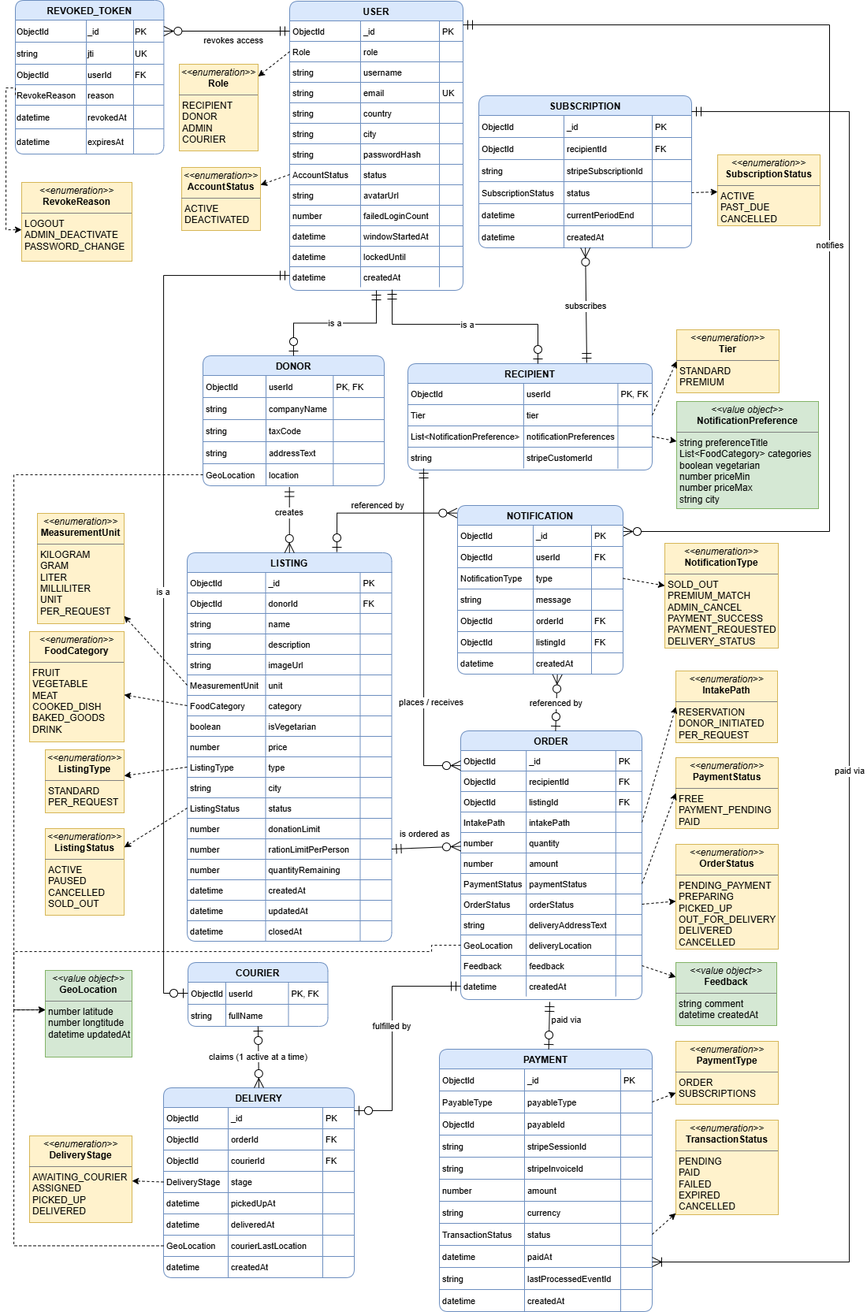
Before: docs/ERD.png, a diagram exported from draw.io (2026B-FullStackDevelopment/aff). Source tidied: cells renumbered, new cells last; positions are measured from the earlier drawing's top-left corner, leaving out a move shared by most shapes.
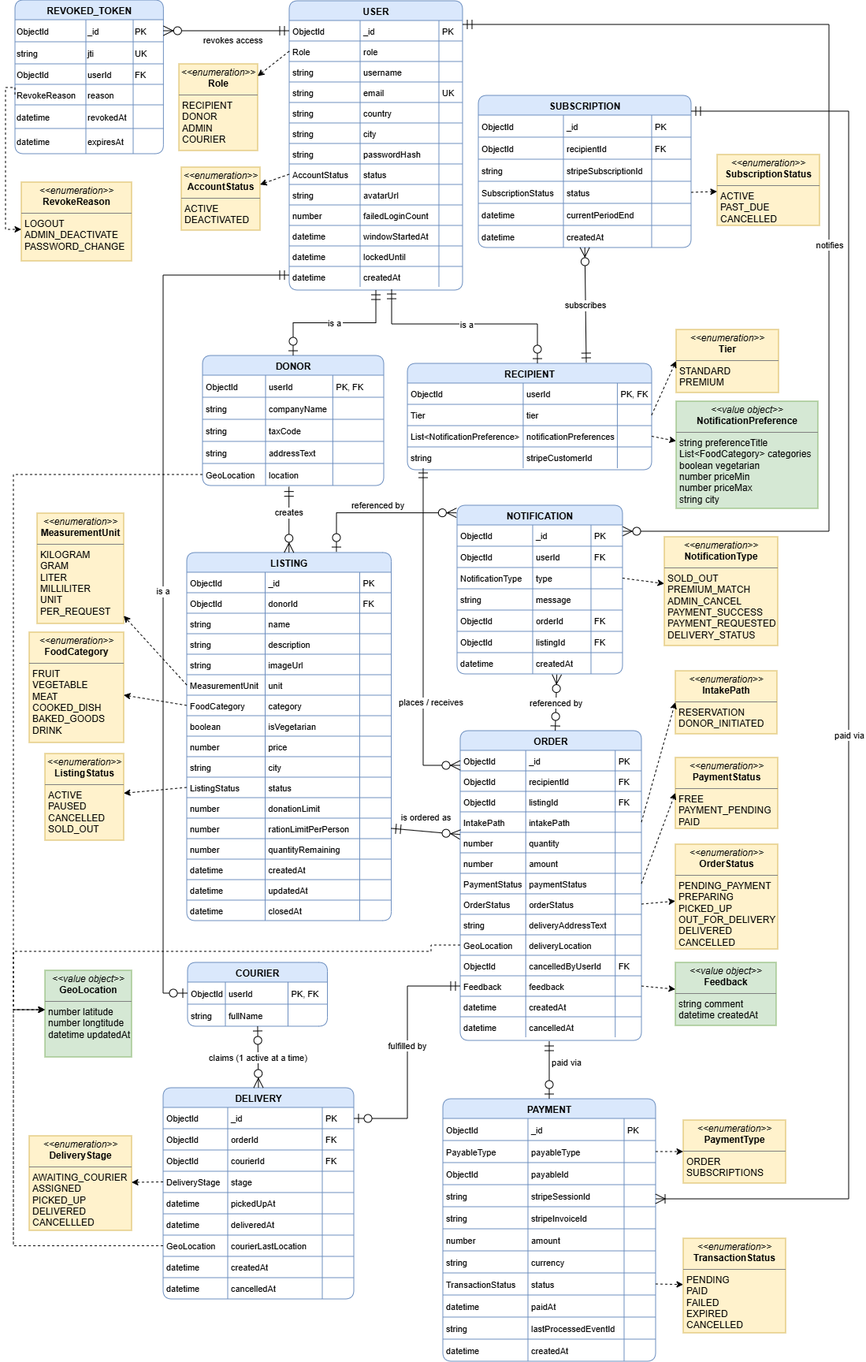
Above is the later version.

What changed in the source:
```diff
@@ -380,3 +380,3 @@
     <mxCell id="127" value="LISTING" style="shape=table;startSize=25;rowLines=1;fontStyle=1;align=center;fillColor=#dae8fc;strokeColor=#6c8ebf;rounded=1;" parent="1" vertex="1">
-      <mxGeometry x="230" y="701" width="259.5" height="493" as="geometry" />
+      <mxGeometry x="230" y="701" width="259.5" height="467" as="geometry" />
     </mxCell>
@@ -490,16 +490,4 @@
     </mxCell>
-    <mxCell id="164" style="shape=tableRow;horizontal=0;startSize=0;swimlaneHead=0;swimlaneBody=0;fillColor=none;points=[[0,0.5],[1,0.5]];portConstraint=eastwest;top=0;left=0;right=0;bottom=0;" parent="127" vertex="1">
-      <mxGeometry y="259" width="259.5" height="26" as="geometry" />
-    </mxCell>
-    <mxCell id="165" value="ListingType" style="shape=partialRectangle;fillColor=none;top=0;left=0;bottom=0;right=0;align=left;spacingLeft=2;overflow=hidden;fontSize=11;" parent="164" vertex="1">
-      <mxGeometry width="99.5" height="26" as="geometry" />
-    </mxCell>
-    <mxCell id="166" value="type" style="shape=partialRectangle;fillColor=none;top=0;left=0;bottom=0;right=0;align=left;spacingLeft=2;overflow=hidden;fontSize=11;" parent="164" vertex="1">
-      <mxGeometry x="99.5" width="120" height="26" as="geometry" />
-    </mxCell>
-    <mxCell id="167" style="shape=partialRectangle;fillColor=none;top=0;left=0;bottom=0;right=0;align=left;spacingLeft=2;overflow=hidden;fontSize=11;" parent="164" vertex="1">
-      <mxGeometry x="219.5" width="40" height="26" as="geometry" />
-    </mxCell>
     <mxCell id="168" style="shape=tableRow;horizontal=0;startSize=0;swimlaneHead=0;swimlaneBody=0;fillColor=none;top=0;left=0;right=0;bottom=0;" parent="127" vertex="1">
-      <mxGeometry y="285" width="259.5" height="26" as="geometry" />
+      <mxGeometry y="259" width="259.5" height="26" as="geometry" />
     </mxCell>
@@ -515,3 +503,3 @@
     <mxCell id="172" style="shape=tableRow;horizontal=0;startSize=0;swimlaneHead=0;swimlaneBody=0;fillColor=none;points=[[0,0.5],[1,0.5]];portConstraint=eastwest;top=0;left=0;right=0;bottom=0;" parent="127" vertex="1">
-      <mxGeometry y="311" width="259.5" height="26" as="geometry" />
+      <mxGeometry y="285" width="259.5" height="26" as="geometry" />
     </mxCell>
@@ -527,3 +515,3 @@
     <mxCell id="176" style="shape=tableRow;horizontal=0;startSize=0;swimlaneHead=0;swimlaneBody=0;fillColor=none;top=0;left=0;right=0;bottom=0;" parent="127" vertex="1">
-      <mxGeometry y="337" width="259.5" height="26" as="geometry" />
+      <mxGeometry y="311" width="259.5" height="26" as="geometry" />
     </mxCell>
@@ -539,3 +527,3 @@
     <mxCell id="180" style="shape=tableRow;horizontal=0;startSize=0;swimlaneHead=0;swimlaneBody=0;fillColor=none;points=[[0,0.5],[1,0.5]];portConstraint=eastwest;top=0;left=0;right=0;bottom=0;" parent="127" vertex="1">
-      <mxGeometry y="363" width="259.5" height="26" as="geometry" />
+      <mxGeometry y="337" width="259.5" height="26" as="geometry" />
     </mxCell>
@@ -551,3 +539,3 @@
     <mxCell id="184" style="shape=tableRow;horizontal=0;startSize=0;swimlaneHead=0;swimlaneBody=0;fillColor=none;top=0;left=0;right=0;bottom=0;" parent="127" vertex="1">
-      <mxGeometry y="389" width="259.5" height="26" as="geometry" />
+      <mxGeometry y="363" width="259.5" height="26" as="geometry" />
     </mxCell>
@@ -563,3 +551,3 @@
     <mxCell id="188" style="shape=tableRow;horizontal=0;startSize=0;swimlaneHead=0;swimlaneBody=0;fillColor=none;top=0;left=0;right=0;bottom=0;" parent="127" vertex="1">
-      <mxGeometry y="415" width="259.5" height="26" as="geometry" />
+      <mxGeometry y="389" width="259.5" height="26" as="geometry" />
     </mxCell>
@@ -575,3 +563,3 @@
     <mxCell id="192" style="shape=tableRow;horizontal=0;startSize=0;swimlaneHead=0;swimlaneBody=0;fillColor=none;top=0;left=0;right=0;bottom=0;" parent="127" vertex="1">
-      <mxGeometry y="441" width="259.5" height="26" as="geometry" />
+      <mxGeometry y="415" width="259.5" height="26" as="geometry" />
     </mxCell>
@@ -587,3 +575,3 @@
     <mxCell id="196" style="shape=tableRow;horizontal=0;startSize=0;swimlaneHead=0;swimlaneBody=0;fillColor=none;top=0;left=0;right=0;bottom=0;" parent="127" vertex="1">
-      <mxGeometry y="467" width="259.5" height="26" as="geometry" />
+      <mxGeometry y="441" width="259.5" height="26" as="geometry" />
     </mxCell>
@@ -599,3 +587,3 @@
     <mxCell id="200" value="ORDER" style="shape=table;startSize=25;rowLines=1;fontStyle=1;align=center;fillColor=#dae8fc;strokeColor=#6c8ebf;rounded=1;" parent="1" vertex="1">
-      <mxGeometry x="577" y="927" width="230" height="341" as="geometry" />
+      <mxGeometry x="577" y="927" width="230" height="393" as="geometry" />
     </mxCell>
@@ -721,4 +709,16 @@
     </mxCell>
+    <mxCell id="440" style="shape=tableRow;horizontal=0;startSize=0;swimlaneHead=0;swimlaneBody=0;fillColor=none;top=0;left=0;right=0;bottom=0;" parent="200" vertex="1">
+      <mxGeometry y="285" width="230" height="26" as="geometry" />
+    </mxCell>
+    <mxCell id="441" value="ObjectId" style="shape=partialRectangle;fillColor=none;top=0;left=0;bottom=0;right=0;align=left;spacingLeft=2;overflow=hidden;fontSize=11;" parent="440" vertex="1">
+      <mxGeometry width="83.2" height="26" as="geometry" />
+    </mxCell>
+    <mxCell id="442" value="cancelledByUserId" style="shape=partialRectangle;fillColor=none;top=0;left=0;bottom=0;right=0;align=left;spacingLeft=2;overflow=hidden;fontSize=11;" parent="440" vertex="1">
+      <mxGeometry x="83.2" width="113.6" height="26" as="geometry" />
+    </mxCell>
+    <mxCell id="443" value="FK" style="shape=partialRectangle;fillColor=none;top=0;left=0;bottom=0;right=0;align=left;spacingLeft=2;overflow=hidden;fontSize=11;" parent="440" vertex="1">
+      <mxGeometry x="196.8" width="33.2" height="26" as="geometry" />
+    </mxCell>
     <mxCell id="241" style="shape=tableRow;horizontal=0;startSize=0;swimlaneHead=0;swimlaneBody=0;fillColor=none;points=[[0,0.5],[1,0.5]];portConstraint=eastwest;top=0;left=0;right=0;bottom=0;" parent="200" vertex="1">
-      <mxGeometry y="285" width="230" height="26" as="geometry" />
+      <mxGeometry y="311" width="230" height="26" as="geometry" />
     </mxCell>
@@ -734,3 +734,3 @@
     <mxCell id="245" style="shape=tableRow;horizontal=0;startSize=0;swimlaneHead=0;swimlaneBody=0;fillColor=none;points=[[0,0.5],[1,0.5]];portConstraint=eastwest;top=0;left=0;right=0;bottom=0;" parent="200" vertex="1">
-      <mxGeometry y="311" width="230" height="26" as="geometry" />
+      <mxGeometry y="337" width="230" height="26" as="geometry" />
     </mxCell>
@@ -745,4 +745,16 @@
     </mxCell>
+    <mxCell id="444" style="shape=tableRow;horizontal=0;startSize=0;swimlaneHead=0;swimlaneBody=0;fillColor=none;top=0;left=0;right=0;bottom=0;" parent="200" vertex="1">
+      <mxGeometry y="363" width="230" height="26" as="geometry" />
+    </mxCell>
+    <mxCell id="445" value="datetime" style="shape=partialRectangle;fillColor=none;top=0;left=0;bottom=0;right=0;align=left;spacingLeft=2;overflow=hidden;fontSize=11;" parent="444" vertex="1">
+      <mxGeometry width="83.2" height="26" as="geometry" />
+    </mxCell>
+    <mxCell id="446" value="cancelledAt" style="shape=partialRectangle;fillColor=none;top=0;left=0;bottom=0;right=0;align=left;spacingLeft=2;overflow=hidden;fontSize=11;" parent="444" vertex="1">
+      <mxGeometry x="83.2" width="113.6" height="26" as="geometry" />
+    </mxCell>
+    <mxCell id="447" style="shape=partialRectangle;fillColor=none;top=0;left=0;bottom=0;right=0;align=left;spacingLeft=2;overflow=hidden;fontSize=11;" parent="444" vertex="1">
+      <mxGeometry x="196.8" width="33.2" height="26" as="geometry" />
+    </mxCell>
     <mxCell id="249" value="DELIVERY" style="shape=table;startSize=25;rowLines=1;fontStyle=1;align=center;fillColor=#dae8fc;strokeColor=#6c8ebf;rounded=1;" parent="1" vertex="1">
-      <mxGeometry x="200" y="1380" width="242" height="241" as="geometry" />
+      <mxGeometry x="200" y="1380" width="242" height="268" as="geometry" />
     </mxCell>
@@ -844,2 +856,14 @@
     </mxCell>
+    <mxCell id="448" style="shape=tableRow;horizontal=0;startSize=0;swimlaneHead=0;swimlaneBody=0;fillColor=none;top=0;left=0;right=0;bottom=0;" parent="249" vertex="1">
+      <mxGeometry y="241" width="242" height="27" as="geometry" />
+    </mxCell>
+    <mxCell id="449" value="datetime" style="shape=partialRectangle;fillColor=none;top=0;left=0;bottom=0;right=0;align=left;spacingLeft=2;overflow=hidden;fontSize=11;" parent="448" vertex="1">
+      <mxGeometry width="82" height="27" as="geometry" />
+    </mxCell>
+    <mxCell id="450" value="cancelledAt" style="shape=partialRectangle;fillColor=none;top=0;left=0;bottom=0;right=0;align=left;spacingLeft=2;overflow=hidden;fontSize=11;" parent="448" vertex="1">
+      <mxGeometry x="82" width="120" height="27" as="geometry" />
+    </mxCell>
+    <mxCell id="451" style="shape=partialRectangle;fillColor=none;top=0;left=0;bottom=0;right=0;align=left;spacingLeft=2;overflow=hidden;fontSize=11;" parent="448" vertex="1">
+      <mxGeometry x="202" width="40" height="27" as="geometry" />
+    </mxCell>
     <mxCell id="282" value="SUBSCRIPTION" style="shape=table;startSize=25;rowLines=1;fontStyle=1;align=center;fillColor=#dae8fc;strokeColor=#6c8ebf;rounded=1;" parent="1" vertex="1">
@@ -954,7 +978,7 @@
     </mxCell>
-    <mxCell id="314" value="fulfilled by" style="startArrow=ERmandOne;startSize=10;endArrow=ERzeroToOne;endSize=10;entryX=1;entryY=0.12;rounded=0;edgeStyle=orthogonalEdgeStyle;endFill=0;" parent="1" edge="1" source="245" target="249">
+    <mxCell id="314" value="fulfilled by" style="startArrow=ERmandOne;startSize=10;endArrow=ERzeroToOne;endSize=10;rounded=0;edgeStyle=orthogonalEdgeStyle;endFill=0;" parent="1" edge="1" source="241" target="250">
       <mxGeometry x="-0.06" relative="1" as="geometry">
         <Array as="points">
-          <mxPoint x="490" y="1251" />
-          <mxPoint x="490" y="1409" />
+          <mxPoint x="510" y="1251" />
+          <mxPoint x="510" y="1419" />
         </Array>
@@ -988,9 +1012,6 @@
     <mxCell id="322" value="&lt;p style=&quot;margin:0px;margin-top:4px;text-align:center;&quot;&gt;&lt;i&gt;&amp;lt;&amp;lt;enumeration&amp;gt;&amp;gt;&lt;/i&gt;&lt;br&gt;&lt;b&gt;FoodCategory&lt;/b&gt;&lt;/p&gt;&lt;hr size=&quot;1&quot; style=&quot;border-style:solid;&quot;&gt;&lt;p style=&quot;margin:0px;margin-left:4px;&quot;&gt;FRUIT&lt;/p&gt;&lt;p style=&quot;margin:0px;margin-left:4px;&quot;&gt;VEGETABLE&lt;/p&gt;&lt;p style=&quot;margin:0px;margin-left:4px;&quot;&gt;MEAT&lt;/p&gt;&lt;p style=&quot;margin:0px;margin-left:4px;&quot;&gt;COOKED_DISH&lt;/p&gt;&lt;p style=&quot;margin:0px;margin-left:4px;&quot;&gt;BAKED_GOODS&lt;/p&gt;&lt;p style=&quot;margin:0px;margin-left:4px;&quot;&gt;DRINK&lt;/p&gt;" style="verticalAlign=top;align=left;overflow=fill;html=1;whiteSpace=wrap;fillColor=#fff2cc;strokeColor=#d6b656;" parent="1" vertex="1">
-      <mxGeometry x="30" y="801" width="120" height="140" as="geometry" />
+      <mxGeometry x="30" y="802" width="120" height="140" as="geometry" />
     </mxCell>
-    <mxCell id="323" value="&lt;p style=&quot;margin:0px;margin-top:4px;text-align:center;&quot;&gt;&lt;i&gt;&amp;lt;&amp;lt;enumeration&amp;gt;&amp;gt;&lt;/i&gt;&lt;br&gt;&lt;b&gt;ListingType&lt;/b&gt;&lt;/p&gt;&lt;hr size=&quot;1&quot; style=&quot;border-style:solid;&quot;&gt;&lt;p style=&quot;margin:0px;margin-left:4px;&quot;&gt;STANDARD&lt;/p&gt;&lt;p style=&quot;margin:0px;margin-left:4px;&quot;&gt;PER_REQUEST&lt;/p&gt;" style="verticalAlign=top;align=left;overflow=fill;html=1;whiteSpace=wrap;fillColor=#fff2cc;strokeColor=#d6b656;" parent="1" vertex="1">
-      <mxGeometry x="50" y="951" width="100" height="80" as="geometry" />
-    </mxCell>
     <mxCell id="324" value="&lt;p style=&quot;margin:0px;margin-top:4px;text-align:center;&quot;&gt;&lt;i&gt;&amp;lt;&amp;lt;enumeration&amp;gt;&amp;gt;&lt;/i&gt;&lt;br&gt;&lt;b&gt;ListingStatus&lt;/b&gt;&lt;/p&gt;&lt;hr size=&quot;1&quot; style=&quot;border-style:solid;&quot;&gt;&lt;p style=&quot;margin:0px;margin-left:4px;&quot;&gt;ACTIVE&lt;/p&gt;&lt;p style=&quot;margin:0px;margin-left:4px;&quot;&gt;PAUSED&lt;/p&gt;&lt;p style=&quot;margin:0px;margin-left:4px;&quot;&gt;CANCELLED&lt;/p&gt;&lt;p style=&quot;margin:0px;margin-left:4px;&quot;&gt;SOLD_OUT&lt;/p&gt;" style="verticalAlign=top;align=left;overflow=fill;html=1;whiteSpace=wrap;fillColor=#fff2cc;strokeColor=#d6b656;" parent="1" vertex="1">
-      <mxGeometry x="50" y="1051" width="100" height="110" as="geometry" />
+      <mxGeometry x="50" y="956" width="100" height="110" as="geometry" />
     </mxCell>
@@ -1017,10 +1038,10 @@
     </mxCell>
-    <mxCell id="332" value="&lt;p style=&quot;margin:0px;margin-top:4px;text-align:center;&quot;&gt;&lt;i&gt;&amp;lt;&amp;lt;enumeration&amp;gt;&amp;gt;&lt;/i&gt;&lt;br&gt;&lt;b&gt;DeliveryStage&lt;/b&gt;&lt;/p&gt;&lt;hr size=&quot;1&quot; style=&quot;border-style:solid;&quot;&gt;&lt;p style=&quot;margin:0px;margin-left:4px;&quot;&gt;AWAITING_COURIER&lt;/p&gt;&lt;p style=&quot;margin:0px;margin-left:4px;&quot;&gt;ASSIGNED&lt;/p&gt;&lt;p style=&quot;margin:0px;margin-left:4px;&quot;&gt;PICKED_UP&lt;/p&gt;&lt;p style=&quot;margin:0px;margin-left:4px;&quot;&gt;DELIVERED&lt;/p&gt;" style="verticalAlign=top;align=left;overflow=fill;html=1;whiteSpace=wrap;fillColor=#fff2cc;strokeColor=#d6b656;" parent="1" vertex="1">
-      <mxGeometry x="30" y="1441" width="130" height="110" as="geometry" />
+    <mxCell id="332" value="&lt;p style=&quot;margin:0px;margin-top:4px;text-align:center;&quot;&gt;&lt;i&gt;&amp;lt;&amp;lt;enumeration&amp;gt;&amp;gt;&lt;/i&gt;&lt;br&gt;&lt;b&gt;DeliveryStage&lt;/b&gt;&lt;/p&gt;&lt;hr size=&quot;1&quot; style=&quot;border-style:solid;&quot;&gt;&lt;p style=&quot;margin:0px;margin-left:4px;&quot;&gt;AWAITING_COURIER&lt;/p&gt;&lt;p style=&quot;margin:0px;margin-left:4px;&quot;&gt;ASSIGNED&lt;/p&gt;&lt;p style=&quot;margin:0px;margin-left:4px;&quot;&gt;PICKED_UP&lt;/p&gt;&lt;p style=&quot;margin:0px;margin-left:4px;&quot;&gt;DELIVERED&lt;/p&gt;&lt;p style=&quot;margin:0px;margin-left:4px;&quot;&gt;CANCELLLED&lt;/p&gt;" style="verticalAlign=top;align=left;overflow=fill;html=1;whiteSpace=wrap;fillColor=#fff2cc;strokeColor=#d6b656;" parent="1" vertex="1">
+      <mxGeometry x="30" y="1441" width="130" height="120" as="geometry" />
     </mxCell>
-    <mxCell id="333" value="&lt;p style=&quot;margin:0px;margin-top:4px;text-align:center;&quot;&gt;&lt;i&gt;&amp;lt;&amp;lt;enumeration&amp;gt;&amp;gt;&lt;/i&gt;&lt;br&gt;&lt;b&gt;IntakePath&lt;/b&gt;&lt;/p&gt;&lt;hr size=&quot;1&quot; style=&quot;border-style:solid;&quot;&gt;&lt;p style=&quot;margin:0px;margin-left:4px;&quot;&gt;RESERVATION&lt;/p&gt;&lt;p style=&quot;margin:0px;margin-left:4px;&quot;&gt;DONOR_INITIATED&lt;/p&gt;&lt;p style=&quot;margin:0px;margin-left:4px;&quot;&gt;PER_REQUEST&lt;/p&gt;" style="verticalAlign=top;align=left;overflow=fill;html=1;whiteSpace=wrap;fillColor=#fff2cc;strokeColor=#d6b656;" parent="1" vertex="1">
-      <mxGeometry x="850" y="851" width="129" height="91" as="geometry" />
+    <mxCell id="333" value="&lt;p style=&quot;margin:0px;margin-top:4px;text-align:center;&quot;&gt;&lt;i&gt;&amp;lt;&amp;lt;enumeration&amp;gt;&amp;gt;&lt;/i&gt;&lt;br&gt;&lt;b&gt;IntakePath&lt;/b&gt;&lt;/p&gt;&lt;hr size=&quot;1&quot; style=&quot;border-style:solid;&quot;&gt;&lt;p style=&quot;margin:0px;margin-left:4px;&quot;&gt;RESERVATION&lt;/p&gt;&lt;p style=&quot;margin:0px;margin-left:4px;&quot;&gt;DONOR_INITIATED&lt;/p&gt;" style="verticalAlign=top;align=left;overflow=fill;html=1;whiteSpace=wrap;fillColor=#fff2cc;strokeColor=#d6b656;" parent="1" vertex="1">
+      <mxGeometry x="850" y="851" width="129" height="80" as="geometry" />
     </mxCell>
     <mxCell id="334" value="&lt;p style=&quot;margin:0px;margin-top:4px;text-align:center;&quot;&gt;&lt;i&gt;&amp;lt;&amp;lt;enumeration&amp;gt;&amp;gt;&lt;/i&gt;&lt;br&gt;&lt;b&gt;NotificationType&lt;/b&gt;&lt;/p&gt;&lt;hr size=&quot;1&quot; style=&quot;border-style:solid;&quot;&gt;&lt;p style=&quot;margin:0px;margin-left:4px;&quot;&gt;SOLD_OUT&lt;/p&gt;&lt;p style=&quot;margin:0px;margin-left:4px;&quot;&gt;PREMIUM_MATCH&lt;/p&gt;&lt;p style=&quot;margin:0px;margin-left:4px;&quot;&gt;ADMIN_CANCEL&lt;/p&gt;&lt;p style=&quot;margin:0px;margin-left:4px;&quot;&gt;PAYMENT_SUCCESS&lt;/p&gt;&lt;p style=&quot;margin:0px;margin-left:4px;&quot;&gt;PAYMENT_REQUESTED&lt;/p&gt;&lt;p style=&quot;margin:0px;margin-left:4px;&quot;&gt;DELIVERY_STATUS&lt;/p&gt;" style="verticalAlign=top;align=left;overflow=fill;html=1;whiteSpace=wrap;fillColor=#fff2cc;strokeColor=#d6b656;" parent="1" vertex="1">
-      <mxGeometry x="836" y="689" width="144" height="133" as="geometry" />
+      <mxGeometry x="836" y="681" width="144" height="138" as="geometry" />
     </mxCell>
@@ -1059,5 +1080,2 @@
     </mxCell>
-    <mxCell id="342" style="edgeStyle=none;shape=connector;rounded=0;jettySize=auto;html=1;exitX=0;exitY=0.5;exitDx=0;exitDy=0;dashed=1;strokeColor=default;align=center;verticalAlign=middle;fontFamily=Helvetica;fontSize=11;fontColor=default;labelBackgroundColor=default;endArrow=classic;" parent="1" edge="1" source="164" target="323">
-      <mxGeometry relative="1" as="geometry" />
-    </mxCell>
     <mxCell id="343" style="edgeStyle=none;shape=connector;rounded=0;jettySize=auto;html=1;exitX=1;exitY=0.5;exitDx=0;exitDy=0;dashed=1;strokeColor=default;align=center;verticalAlign=middle;fontFamily=Helvetica;fontSize=11;fontColor=default;labelBackgroundColor=default;endArrow=classic;" parent="1" edge="1" source="x" target="320">
@@ -1116,3 +1134,3 @@
     <mxCell id="354" value="PAYMENT" style="shape=table;startSize=25;rowLines=1;fontStyle=1;align=center;fillColor=#dae8fc;strokeColor=#6c8ebf;rounded=1;" parent="1" vertex="1">
-      <mxGeometry x="550" y="1331" width="270" height="333" as="geometry" />
+      <mxGeometry x="555" y="1394" width="270" height="333" as="geometry" />
     </mxCell>
@@ -1251,6 +1269,6 @@
     <mxCell id="399" value="&lt;p style=&quot;margin:0px;margin-top:4px;text-align:center;&quot;&gt;&lt;i&gt;&amp;lt;&amp;lt;enumeration&amp;gt;&amp;gt;&lt;/i&gt;&lt;br&gt;&lt;b&gt;PaymentType&lt;/b&gt;&lt;/p&gt;&lt;hr size=&quot;1&quot; style=&quot;border-style:solid;&quot;&gt;&lt;p style=&quot;margin:0px;margin-left:4px;&quot;&gt;ORDER&lt;/p&gt;&lt;p style=&quot;margin:0px;margin-left:4px;&quot;&gt;SUBSCRIPTIONS&lt;/p&gt;" style="verticalAlign=top;align=left;overflow=fill;html=1;whiteSpace=wrap;fillColor=#fff2cc;strokeColor=#d6b656;" parent="1" vertex="1">
-      <mxGeometry x="850" y="1321" width="130" height="80" as="geometry" />
+      <mxGeometry x="860" y="1421" width="130" height="80" as="geometry" />
     </mxCell>
     <mxCell id="400" value="&lt;p style=&quot;margin:0px;margin-top:4px;text-align:center;&quot;&gt;&lt;i&gt;&amp;lt;&amp;lt;enumeration&amp;gt;&amp;gt;&lt;/i&gt;&lt;br&gt;&lt;b&gt;TransactionStatus&lt;/b&gt;&lt;/p&gt;&lt;hr size=&quot;1&quot; style=&quot;border-style:solid;&quot;&gt;&lt;p style=&quot;margin:0px;margin-left:4px;&quot;&gt;PENDING&lt;/p&gt;&lt;p style=&quot;margin:0px;margin-left:4px;&quot;&gt;PAID&lt;/p&gt;&lt;p style=&quot;margin:0px;margin-left:4px;&quot;&gt;FAILED&lt;/p&gt;&lt;p style=&quot;margin:0px;margin-left:4px;&quot;&gt;EXPIRED&lt;/p&gt;&lt;p style=&quot;margin:0px;margin-left:4px;&quot;&gt;CANCELLED&lt;/p&gt;" style="verticalAlign=top;align=left;overflow=fill;html=1;whiteSpace=wrap;fillColor=#fff2cc;strokeColor=#d6b656;" parent="1" vertex="1">
-      <mxGeometry x="850" y="1421" width="130" height="120" as="geometry" />
+      <mxGeometry x="860" y="1571" width="130" height="120" as="geometry" />
     </mxCell>
@@ -1371,3 +1389,3 @@
           <mxPoint x="1070" y="141" />
-          <mxPoint x="1070" y="1601" />
+          <mxPoint x="1070" y="1521" />
         </Array>
@@ -1377,3 +1395,3 @@
       <mxGeometry x="-0.28" y="22" relative="1" as="geometry">
-        <mxPoint x="690" y="1271" as="sourcePoint" />
+        <mxPoint x="690" y="1321" as="sourcePoint" />
       </mxGeometry>
```
